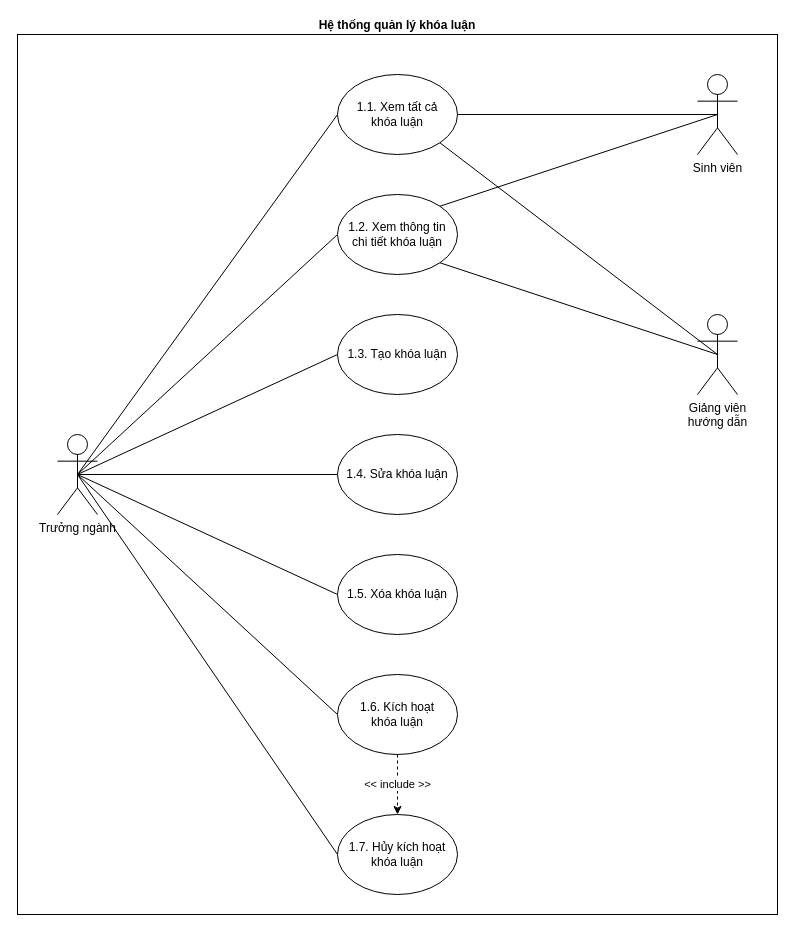
Above: page "Quản lý khóa luận" (1 of 13) of docs/diagrams/usecase.drawio in doonpy/grasis (draw.io), before the change. Source tidied: cells renumbered, new cells numbered last; positions are measured from the earlier drawing's top-left corner, leaving out a move shared by most shapes. Both pictures are drawn from the tidied source at 100%, with x=0, y=0 at pixel (17, 34).
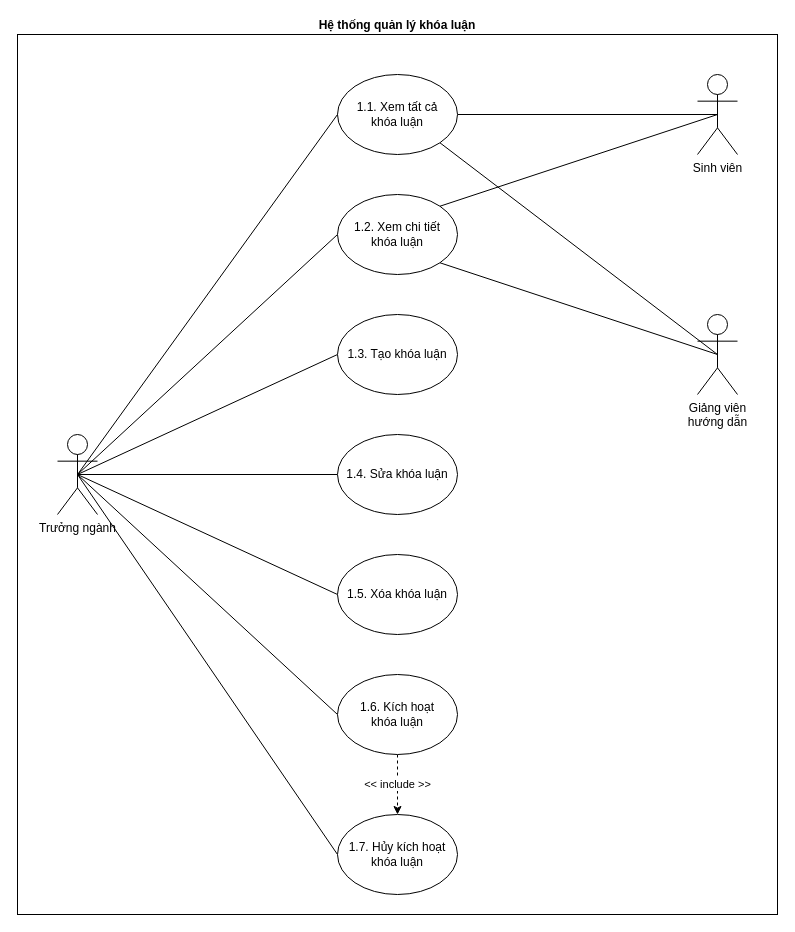
The same page after the edit.

Change to the diagram source:
```diff
@@
-    <mxCell id="16" value="1.2. Xem thông tin &lt;br&gt;chi tiết khóa luận" style="ellipse;whiteSpace=wrap;html=1;" parent="1" vertex="1">
+    <mxCell id="16" value="1.2. Xem&amp;nbsp;chi tiết &lt;br&gt;khóa luận" style="ellipse;whiteSpace=wrap;html=1;" parent="1" vertex="1">
       <mxGeometry x="320" y="160" width="120" height="80" as="geometry" />
     </mxCell>
```
